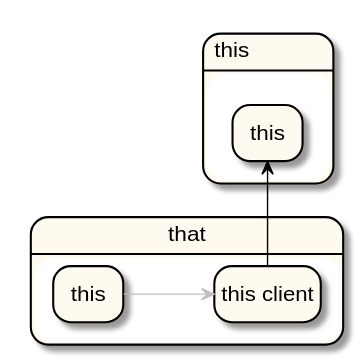
The PlantUML diagram docs/FirstDivision/integrationEPA.svg in anz-bank/sysl-catalog, before a commit.
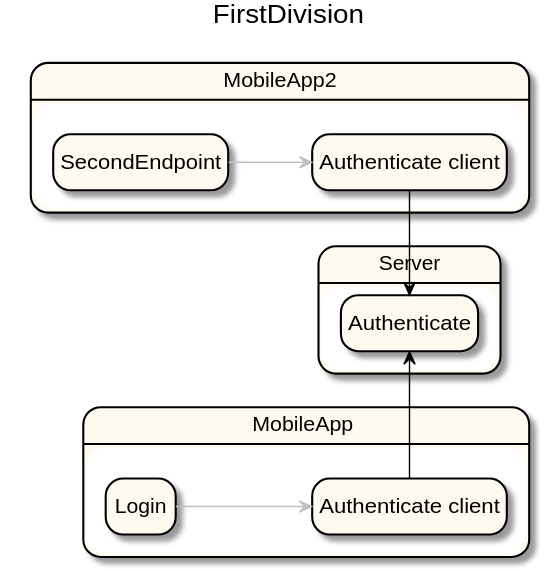
After the commit.

Change to the diagram source:
```diff
@@ -1,6 +1,7 @@
 @startuml
 
 
+title FirstDivision
 left to right direction
 scale max 16384 height
 hide empty description
@@ -9,13 +10,19 @@
   BorderColor Black
   ArrowColor Crimson
 }
-state "that" as X_0 {
-  state "this" as _0
-  state "this client" as _1
+state "MobileApp" as X_0 <<highlight>> {
+  state "Authenticate client" as _0 <<highlight>>
+  state "Login" as _1 <<highlight>>
 }
-state "this" as X_1 <<highlight>> {
-  state "this" as _2 <<highlight>>
+state "MobileApp2" as X_1 <<highlight>> {
+  state "Authenticate client" as _2 <<highlight>>
+  state "SecondEndpoint" as _3 <<highlight>>
 }
-_0 -[#silver]-> _1
-_1 -[#black]> _2
+state "Server" as X_2 {
+  state "Authenticate" as _4
+}
+_1 -[#silver]-> _0
+_0 -[#black]> _4
+_3 -[#silver]-> _2
+_2 -[#black]> _4
 @enduml
```
